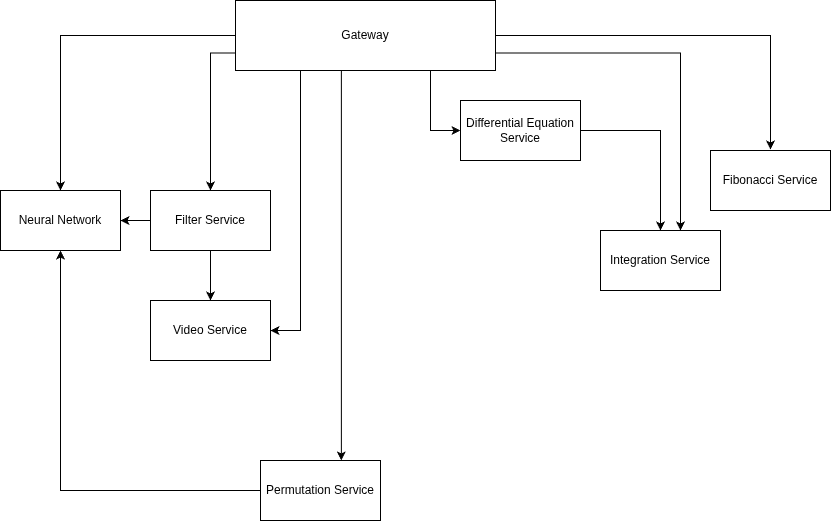
Torba2207/The-effect-of-service-mesh-on-microservice-application-performance keeps this draw.io diagram as images/SM_Project_App_Arch.drawio.png. Above is the earlier version. Source tidied: cells renumbered, new cells last; positions are measured from the earlier drawing's top-left corner, leaving out a move shared by most shapes.
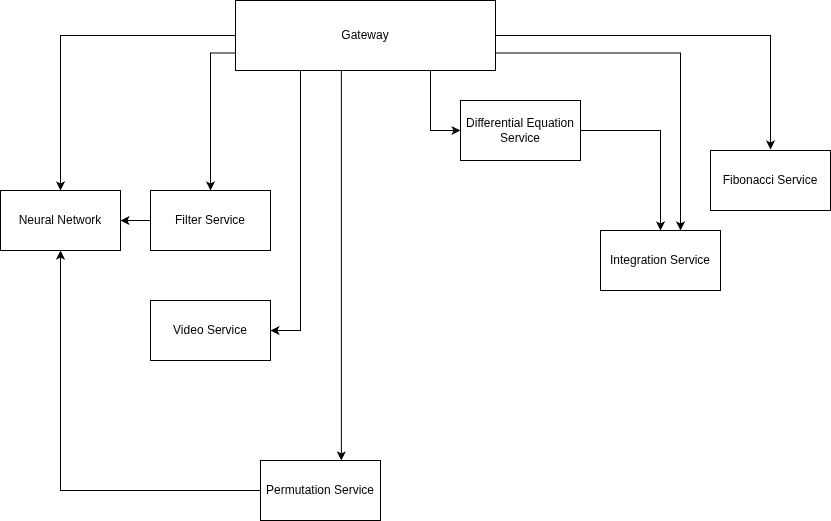
Later version of the same file.

Commit message:
chore: Update service mesh application architecture diagram

Change to the diagram source:
```diff
@@ -17,9 +17,6 @@
     <mxCell id="6" value="Permutation Service" style="rounded=0;whiteSpace=wrap;html=1;" parent="1" vertex="1">
       <mxGeometry x="260" y="460" width="120" height="60" as="geometry" />
     </mxCell>
-    <mxCell id="7" style="edgeStyle=orthogonalEdgeStyle;rounded=0;jettySize=auto;html=1;entryX=0.5;entryY=0;entryDx=0;entryDy=0;" parent="1" edge="1" source="8" target="2">
-      <mxGeometry relative="1" as="geometry" />
-    </mxCell>
     <mxCell id="8" value="Filter Service" style="rounded=0;whiteSpace=wrap;html=1;" parent="1" vertex="1">
       <mxGeometry x="150" y="190" width="120" height="60" as="geometry" />
     </mxCell>
```
